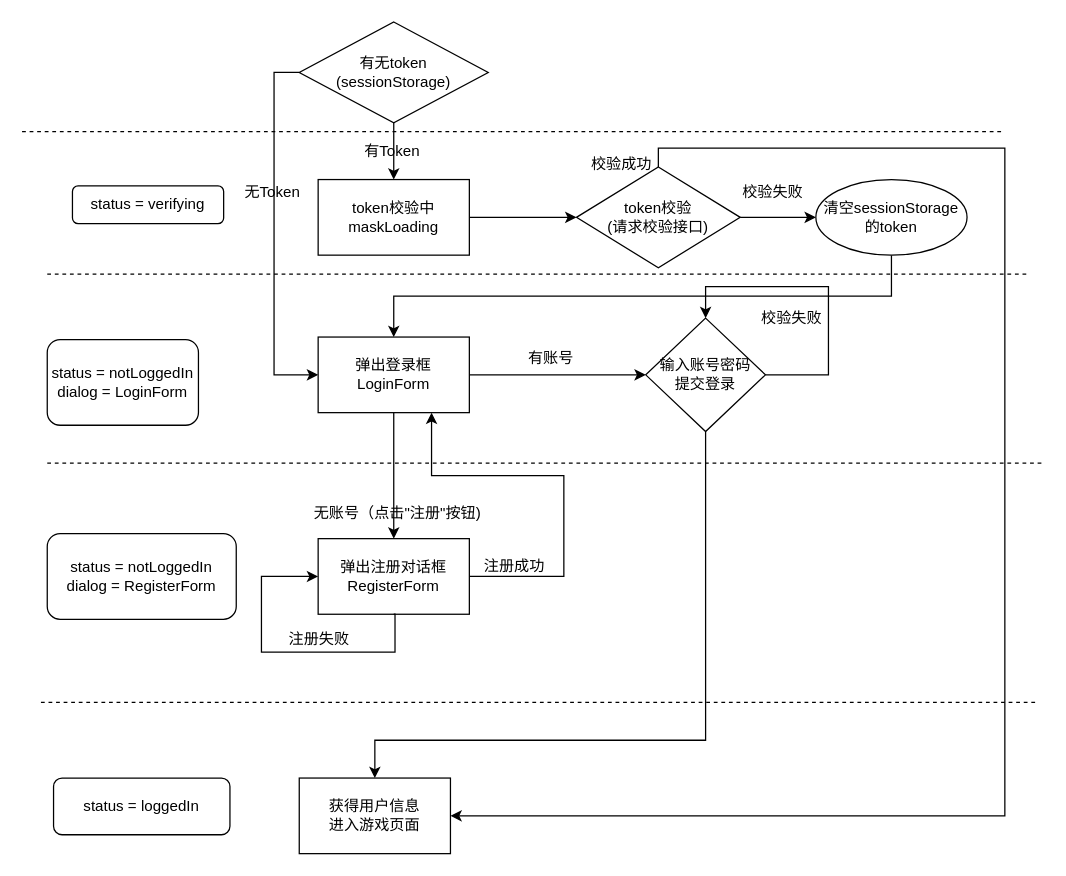
This is page "Auth" (1 of 3) of prd.drawio from doDomoGu/nana, a draw.io file, before an edit. Source tidied: cells renumbered, new cells numbered last; positions are measured from the earlier drawing's top-left corner, leaving out a move shared by most shapes. Both pictures are drawn from the tidied source at 126%, with x=0, y=0 at pixel (21, 21).
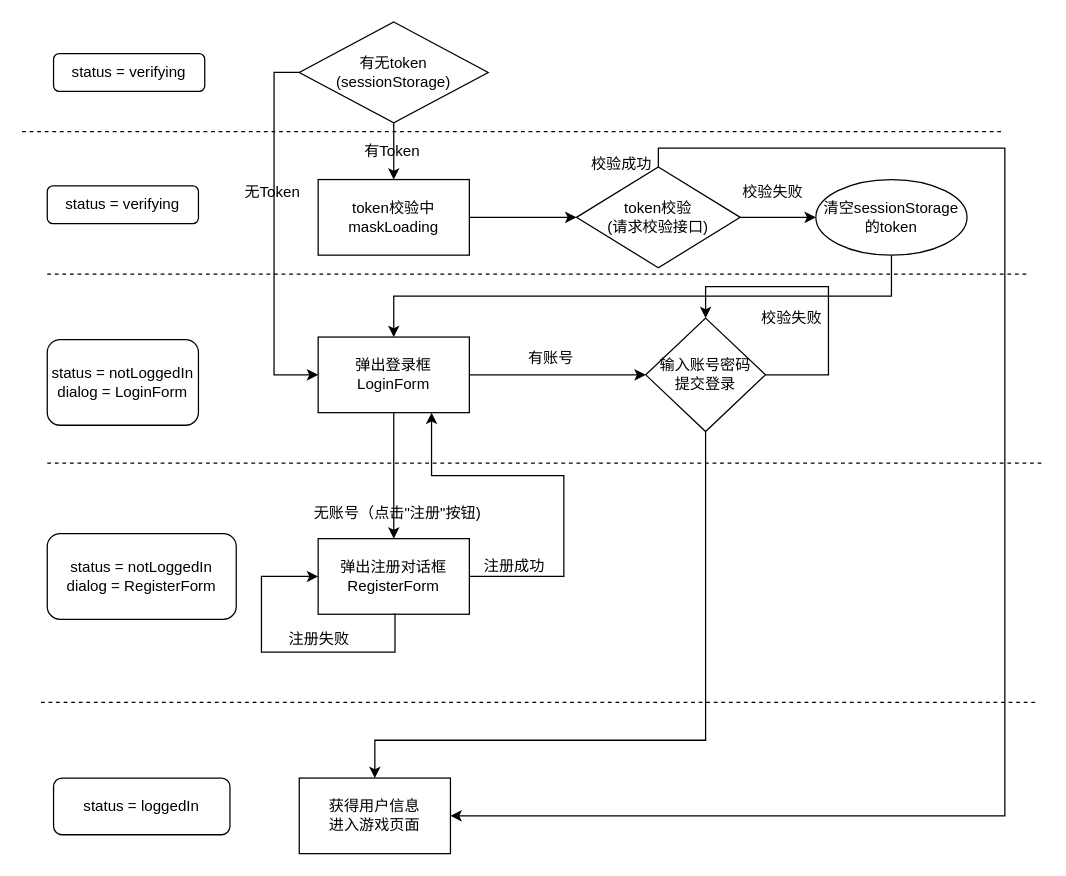
Above is the later version.

The edit, as a diff of the source:
```diff
@@
     <mxCell id="28" value="status = verifying" style="rounded=1;whiteSpace=wrap;html=1;" parent="1" vertex="1">
-      <mxGeometry x="40" y="130" width="120" height="30" as="geometry" />
+      <mxGeometry x="20" y="130" width="120" height="30" as="geometry" />
     </mxCell>
@@
+    <mxCell id="39" value="status = verifying" style="rounded=1;whiteSpace=wrap;html=1;" parent="1" vertex="1">
+      <mxGeometry x="25" y="25" width="120" height="30" as="geometry" />
+    </mxCell>
```
